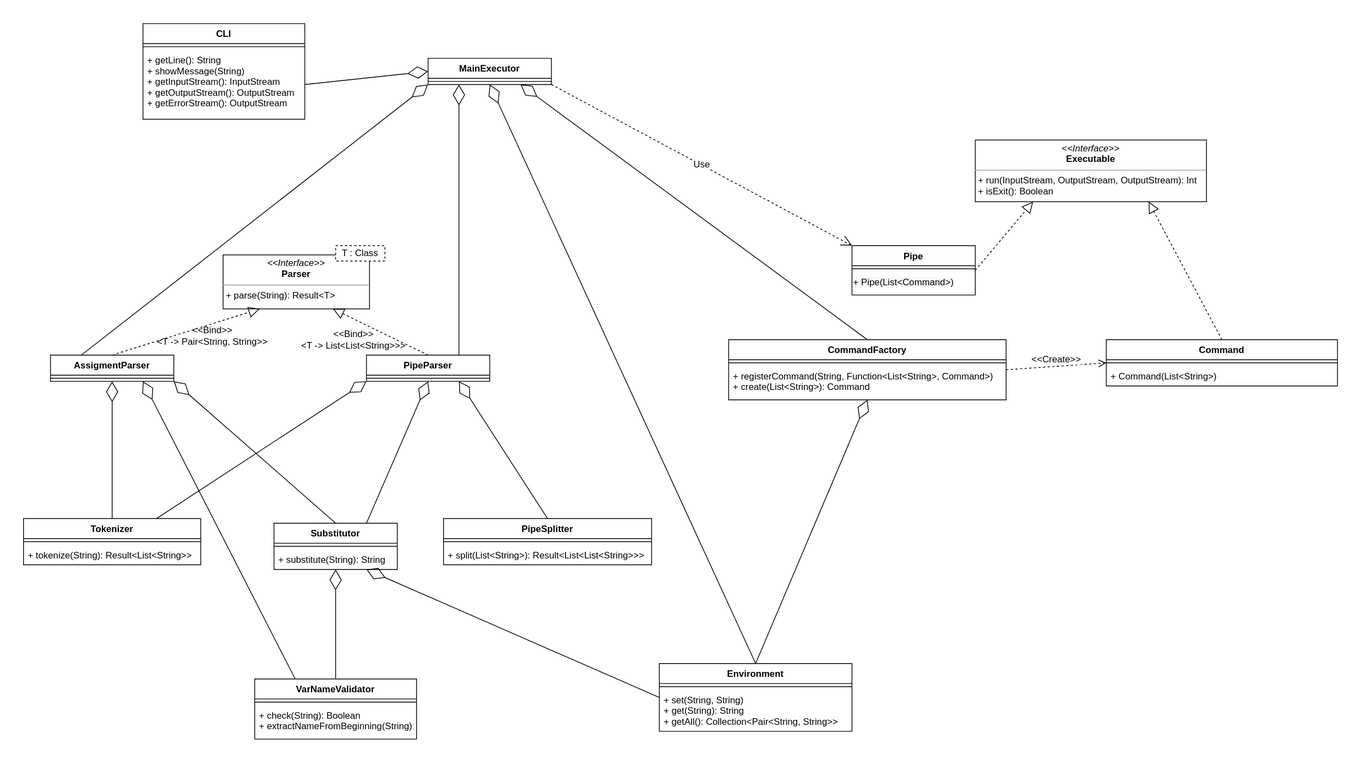
Before: images/class_diagram.svg, a diagram exported from draw.io (KaperD/HSE-SD-Course). Source tidied: cells renumbered, new cells last; positions are measured from the earlier drawing's top-left corner, leaving out a move shared by most shapes.
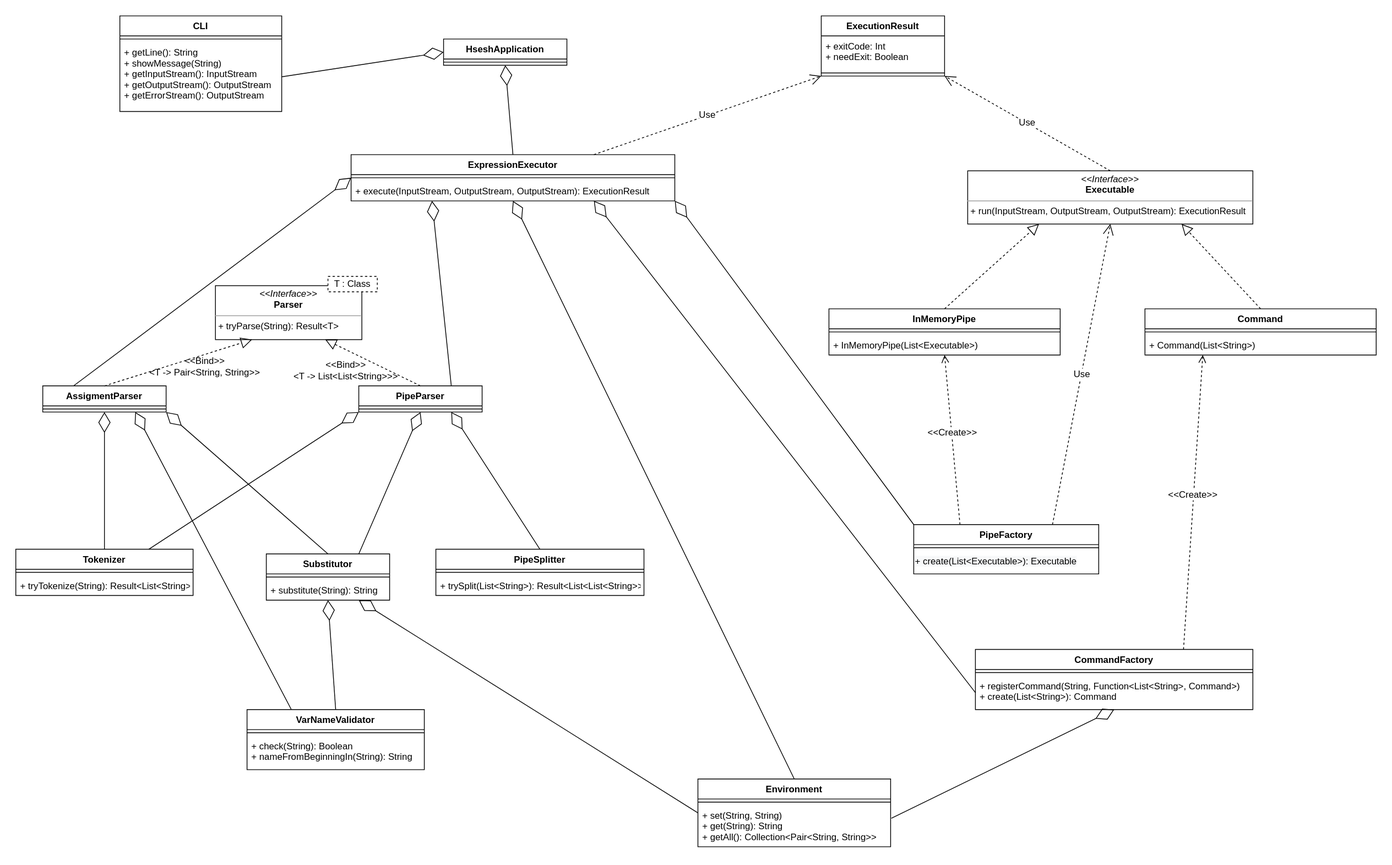
After the change.

Commit message:
Update the class diagram

What changed in the source:
```diff
@@ -5,3 +5,3 @@
     <mxCell id="2" value="CLI" style="swimlane;fontStyle=1;align=center;verticalAlign=top;horizontal=1;startSize=26;" parent="1" vertex="1">
-      <mxGeometry x="155" width="210" height="124" as="geometry" />
+      <mxGeometry x="135" y="-50" width="210" height="124" as="geometry" />
     </mxCell>
@@ -14,3 +14,3 @@
     <mxCell id="5" value="Command" style="swimlane;fontStyle=1;align=center;verticalAlign=top;horizontal=1;startSize=26;" parent="1" vertex="1">
-      <mxGeometry x="1405" y="410" width="300" height="60" as="geometry" />
+      <mxGeometry x="1465" y="330" width="300" height="60" as="geometry" />
     </mxCell>
@@ -23,3 +23,3 @@
     <mxCell id="8" value="CommandFactory" style="swimlane;fontStyle=1;align=center;verticalAlign=top;horizontal=1;startSize=26;" parent="1" vertex="1">
-      <mxGeometry x="915" y="410" width="360" height="78" as="geometry" />
+      <mxGeometry x="1245" y="772" width="360" height="78" as="geometry" />
     </mxCell>
@@ -32,3 +32,3 @@
     <mxCell id="11" value="Environment" style="swimlane;fontStyle=1;align=center;verticalAlign=top;horizontal=1;startSize=26;" parent="1" vertex="1">
-      <mxGeometry x="825" y="830" width="250" height="88" as="geometry" />
+      <mxGeometry x="885" y="940" width="250" height="88" as="geometry" />
     </mxCell>
@@ -40,16 +40,16 @@
     </mxCell>
-    <mxCell id="14" value="Pipe" style="swimlane;fontStyle=1;align=center;verticalAlign=top;horizontal=1;startSize=26;" parent="1" vertex="1">
-      <mxGeometry x="1075" y="288" width="160" height="64" as="geometry" />
+    <mxCell id="14" value="PipeFactory" style="swimlane;fontStyle=1;align=center;verticalAlign=top;horizontal=1;startSize=26;" parent="1" vertex="1">
+      <mxGeometry x="1165" y="610" width="240" height="64" as="geometry" />
     </mxCell>
     <mxCell id="15" style="line;strokeWidth=1;fillColor=none;align=left;verticalAlign=middle;spacingTop=-1;spacingLeft=3;spacingRight=3;labelPosition=right;labelBackgroundColor=none;fontSize=12;" parent="14" vertex="1">
-      <mxGeometry y="26" width="160" height="8" as="geometry" />
+      <mxGeometry y="26" width="240" height="8" as="geometry" />
     </mxCell>
-    <mxCell id="16" value="&lt;span style=&quot;color: rgb(0 , 0 , 0) ; font-family: &amp;#34;helvetica&amp;#34; ; font-size: 12px ; font-style: normal ; font-weight: 400 ; letter-spacing: normal ; text-align: left ; text-indent: 0px ; text-transform: none ; word-spacing: 0px ; background-color: rgb(248 , 249 , 250) ; display: inline ; float: none&quot;&gt;+ Pipe(List&amp;lt;Command&amp;gt;)&lt;/span&gt;" style="text;whiteSpace=wrap;html=1;fontSize=12;" parent="14" vertex="1">
-      <mxGeometry y="34" width="160" height="30" as="geometry" />
+    <mxCell id="16" value="&lt;span style=&quot;color: rgb(0 , 0 , 0) ; font-family: &amp;#34;helvetica&amp;#34; ; font-size: 12px ; font-style: normal ; font-weight: 400 ; letter-spacing: normal ; text-align: left ; text-indent: 0px ; text-transform: none ; word-spacing: 0px ; background-color: rgb(248 , 249 , 250) ; display: inline ; float: none&quot;&gt;+ create(List&amp;lt;Executable&amp;gt;): Executable&lt;/span&gt;" style="text;whiteSpace=wrap;html=1;fontSize=12;" parent="14" vertex="1">
+      <mxGeometry y="34" width="240" height="30" as="geometry" />
     </mxCell>
-    <mxCell id="17" value="&lt;p style=&quot;margin: 0px ; margin-top: 4px ; text-align: center&quot;&gt;&lt;i&gt;&amp;lt;&amp;lt;Interface&amp;gt;&amp;gt;&lt;/i&gt;&lt;br&gt;&lt;b&gt;Parser&lt;/b&gt;&lt;/p&gt;&lt;hr size=&quot;1&quot;&gt;&lt;p style=&quot;margin: 0px ; margin-left: 4px&quot;&gt;+ parse(String): Result&amp;lt;T&amp;gt;&lt;/p&gt;" style="verticalAlign=top;align=left;overflow=fill;fontSize=12;fontFamily=Helvetica;html=1;" parent="1" vertex="1">
+    <mxCell id="17" value="&lt;p style=&quot;margin: 0px ; margin-top: 4px ; text-align: center&quot;&gt;&lt;i&gt;&amp;lt;&amp;lt;Interface&amp;gt;&amp;gt;&lt;/i&gt;&lt;br&gt;&lt;b&gt;Parser&lt;/b&gt;&lt;/p&gt;&lt;hr size=&quot;1&quot;&gt;&lt;p style=&quot;margin: 0px ; margin-left: 4px&quot;&gt;+ tryParse(String): Result&amp;lt;T&amp;gt;&lt;/p&gt;" style="verticalAlign=top;align=left;overflow=fill;fontSize=12;fontFamily=Helvetica;html=1;" parent="1" vertex="1">
       <mxGeometry x="259" y="300" width="190" height="70" as="geometry" />
     </mxCell>
-    <mxCell id="18" value="&lt;p style=&quot;margin: 0px ; margin-top: 4px ; text-align: center&quot;&gt;&lt;i&gt;&amp;lt;&amp;lt;Interface&amp;gt;&amp;gt;&lt;/i&gt;&lt;br&gt;&lt;b&gt;Executable&lt;/b&gt;&lt;/p&gt;&lt;hr size=&quot;1&quot;&gt;&lt;p style=&quot;margin: 0px ; margin-left: 4px&quot;&gt;+ run(InputStream, OutputStream, OutputStream): Int&lt;br style=&quot;padding: 0px ; margin: 0px&quot;&gt;+ isExit(): Boolean&lt;br&gt;&lt;/p&gt;" style="verticalAlign=top;align=left;overflow=fill;fontSize=12;fontFamily=Helvetica;html=1;" parent="1" vertex="1">
-      <mxGeometry x="1235" y="151" width="300" height="80" as="geometry" />
+    <mxCell id="18" value="&lt;p style=&quot;margin: 0px ; margin-top: 4px ; text-align: center&quot;&gt;&lt;i&gt;&amp;lt;&amp;lt;Interface&amp;gt;&amp;gt;&lt;/i&gt;&lt;br&gt;&lt;b&gt;Executable&lt;/b&gt;&lt;/p&gt;&lt;hr size=&quot;1&quot;&gt;&lt;p style=&quot;margin: 0px ; margin-left: 4px&quot;&gt;+ run(InputStream, OutputStream, OutputStream): ExecutionResult&lt;br&gt;&lt;/p&gt;" style="verticalAlign=top;align=left;overflow=fill;fontSize=12;fontFamily=Helvetica;html=1;" parent="1" vertex="1">
+      <mxGeometry x="1235" y="151" width="370" height="69" as="geometry" />
     </mxCell>
@@ -84,7 +84,7 @@
     </mxCell>
-    <mxCell id="28" value="&lt;font style=&quot;font-size: 12px&quot;&gt;&amp;lt;&amp;lt;Create&amp;gt;&amp;gt;&lt;/font&gt;" style="html=1;verticalAlign=bottom;endArrow=open;dashed=1;endSize=8;rounded=0;fontSize=12;exitX=1;exitY=0.5;exitDx=0;exitDy=0;entryX=0;entryY=0.5;entryDx=0;entryDy=0;" parent="1" edge="1" source="8" target="5">
+    <mxCell id="28" value="&lt;font style=&quot;font-size: 12px&quot;&gt;&amp;lt;&amp;lt;Create&amp;gt;&amp;gt;&lt;/font&gt;" style="html=1;verticalAlign=bottom;endArrow=open;dashed=1;endSize=8;rounded=0;fontSize=12;exitX=0.75;exitY=0;exitDx=0;exitDy=0;entryX=0.25;entryY=1;entryDx=0;entryDy=0;" parent="1" edge="1" source="8" target="5">
       <mxGeometry relative="1" as="geometry" />
     </mxCell>
-    <mxCell id="29" value="MainExecutor" style="swimlane;fontStyle=1;align=center;verticalAlign=top;horizontal=1;startSize=26;fontSize=12;" parent="1" vertex="1">
-      <mxGeometry x="525" y="45" width="160" height="34" as="geometry" />
+    <mxCell id="29" value="HseshApplication" style="swimlane;fontStyle=1;align=center;verticalAlign=top;horizontal=1;startSize=26;fontSize=12;" parent="1" vertex="1">
+      <mxGeometry x="555" y="-20" width="160" height="34" as="geometry" />
     </mxCell>
@@ -99,3 +99,3 @@
     </mxCell>
-    <mxCell id="33" value="+ tokenize(String): Result&lt;List&lt;String&gt;&gt;" style="text;strokeColor=none;fillColor=none;align=left;verticalAlign=top;spacingLeft=4;spacingRight=4;overflow=hidden;fontSize=12;" parent="31" vertex="1">
+    <mxCell id="33" value="+ tryTokenize(String): Result&lt;List&lt;String&gt;&gt;" style="text;strokeColor=none;fillColor=none;align=left;verticalAlign=top;spacingLeft=4;spacingRight=4;overflow=hidden;fontSize=12;" parent="31" vertex="1">
       <mxGeometry y="34" width="230" height="26" as="geometry" />
@@ -117,3 +117,3 @@
     </mxCell>
-    <mxCell id="39" value="+ split(List&lt;String&gt;): Result&lt;List&lt;List&lt;String&gt;&gt;&gt;" style="text;strokeColor=none;fillColor=none;align=left;verticalAlign=top;spacingLeft=4;spacingRight=4;overflow=hidden;fontSize=12;" parent="37" vertex="1">
+    <mxCell id="39" value="+ trySplit(List&lt;String&gt;): Result&lt;List&lt;List&lt;String&gt;&gt;&gt;" style="text;strokeColor=none;fillColor=none;align=left;verticalAlign=top;spacingLeft=4;spacingRight=4;overflow=hidden;fontSize=12;" parent="37" vertex="1">
       <mxGeometry y="34" width="270" height="26" as="geometry" />
@@ -121,9 +121,9 @@
     <mxCell id="40" value="VarNameValidator" style="swimlane;fontStyle=1;align=center;verticalAlign=top;horizontal=1;startSize=26;fontSize=12;" parent="1" vertex="1">
-      <mxGeometry x="300" y="850" width="210" height="78" as="geometry" />
+      <mxGeometry x="300" y="850" width="230" height="78" as="geometry" />
     </mxCell>
     <mxCell id="41" style="line;strokeWidth=1;fillColor=none;align=left;verticalAlign=middle;spacingTop=-1;spacingLeft=3;spacingRight=3;labelPosition=right;labelBackgroundColor=none;fontSize=12;" parent="40" vertex="1">
-      <mxGeometry y="26" width="210" height="8" as="geometry" />
+      <mxGeometry y="26" width="230" height="8" as="geometry" />
     </mxCell>
-    <mxCell id="42" value="+ check(String): Boolean&#10;+ extractNameFromBeginning(String): tring" style="text;strokeColor=none;fillColor=none;align=left;verticalAlign=top;spacingLeft=4;spacingRight=4;overflow=hidden;fontSize=12;" parent="40" vertex="1">
-      <mxGeometry y="34" width="210" height="44" as="geometry" />
+    <mxCell id="42" value="+ check(String): Boolean&#10;+ nameFromBeginningIn(String): String" style="text;strokeColor=none;fillColor=none;align=left;verticalAlign=top;spacingLeft=4;spacingRight=4;overflow=hidden;fontSize=12;" parent="40" vertex="1">
+      <mxGeometry y="34" width="230" height="44" as="geometry" />
     </mxCell>
@@ -132,5 +132,2 @@
     </mxCell>
-    <mxCell id="44" style="endArrow=block;dashed=1;endFill=0;endSize=12;html=1;rounded=0;fontSize=12;entryX=0.25;entryY=1;entryDx=0;entryDy=0;exitX=1;exitY=0.5;exitDx=0;exitDy=0;" parent="1" edge="1" source="14" target="18">
-      <mxGeometry relative="1" as="geometry" />
-    </mxCell>
     <mxCell id="45" style="endArrow=diamondThin;endFill=0;endSize=24;html=1;rounded=0;fontSize=12;exitX=1;exitY=0.5;exitDx=0;exitDy=0;entryX=0;entryY=0.5;entryDx=0;entryDy=0;" parent="1" edge="1" source="4" target="29">
@@ -138,6 +135,6 @@
     </mxCell>
-    <mxCell id="46" style="endArrow=diamondThin;endFill=0;endSize=24;html=1;rounded=0;fontSize=12;entryX=0;entryY=1;entryDx=0;entryDy=0;exitX=0.25;exitY=0;exitDx=0;exitDy=0;" parent="1" edge="1" source="19" target="29">
+    <mxCell id="46" style="endArrow=diamondThin;endFill=0;endSize=24;html=1;rounded=0;fontSize=12;entryX=0;entryY=0.5;entryDx=0;entryDy=0;exitX=0.25;exitY=0;exitDx=0;exitDy=0;entryPerimeter=0;" parent="1" edge="1" source="19" target="65">
       <mxGeometry relative="1" as="geometry" />
     </mxCell>
-    <mxCell id="47" style="endArrow=diamondThin;endFill=0;endSize=24;html=1;rounded=0;fontSize=12;exitX=0.75;exitY=0;exitDx=0;exitDy=0;entryX=0.25;entryY=1;entryDx=0;entryDy=0;" parent="1" edge="1" source="21" target="29">
+    <mxCell id="47" style="endArrow=diamondThin;endFill=0;endSize=24;html=1;rounded=0;fontSize=12;exitX=0.75;exitY=0;exitDx=0;exitDy=0;entryX=0.25;entryY=1;entryDx=0;entryDy=0;" parent="1" edge="1" source="21" target="64">
       <mxGeometry relative="1" as="geometry" />
@@ -162,9 +159,6 @@
     </mxCell>
-    <mxCell id="54" style="endArrow=diamondThin;endFill=0;endSize=24;html=1;rounded=0;fontSize=12;exitX=0.5;exitY=0;exitDx=0;exitDy=0;entryX=0.75;entryY=1;entryDx=0;entryDy=0;" parent="1" edge="1" source="8" target="29">
-      <mxGeometry relative="1" as="geometry" />
-    </mxCell>
-    <mxCell id="55" style="endArrow=diamondThin;endFill=0;endSize=24;html=1;rounded=0;fontSize=12;entryX=0.5;entryY=1;entryDx=0;entryDy=0;exitX=0.5;exitY=0;exitDx=0;exitDy=0;" parent="1" edge="1" source="11" target="29">
+    <mxCell id="55" style="endArrow=diamondThin;endFill=0;endSize=24;html=1;rounded=0;fontSize=12;exitX=0.5;exitY=0;exitDx=0;exitDy=0;entryX=0.5;entryY=1;entryDx=0;entryDy=0;" parent="1" edge="1" source="11" target="64">
       <mxGeometry relative="1" as="geometry" />
     </mxCell>
-    <mxCell id="56" style="endArrow=diamondThin;endFill=0;endSize=24;html=1;rounded=0;fontSize=12;exitX=0.5;exitY=0;exitDx=0;exitDy=0;entryX=0.5;entryY=1;entryDx=0;entryDy=0;" parent="1" edge="1" source="11" target="8">
+    <mxCell id="56" style="endArrow=diamondThin;endFill=0;endSize=24;html=1;rounded=0;fontSize=12;exitX=1.004;exitY=0.315;exitDx=0;exitDy=0;entryX=0.5;entryY=1;entryDx=0;entryDy=0;exitPerimeter=0;" parent="1" edge="1" source="13" target="8">
       <mxGeometry relative="1" as="geometry" />
@@ -177,5 +171,53 @@
     </mxCell>
-    <mxCell id="59" value="Use" style="endArrow=open;endSize=12;dashed=1;html=1;rounded=0;fontSize=12;exitX=1;exitY=1;exitDx=0;exitDy=0;entryX=0;entryY=0;entryDx=0;entryDy=0;" parent="1" edge="1" source="29" target="14">
-      <mxGeometry relative="1" as="geometry" />
-    </mxCell>
+    <mxCell id="60" value="ExecutionResult" style="swimlane;fontStyle=1;align=center;verticalAlign=top;horizontal=1;startSize=26;" parent="1" vertex="1">
+      <mxGeometry x="1045" y="-50" width="160" height="78" as="geometry" />
+    </mxCell>
+    <mxCell id="61" value="+ exitCode: Int&#10;+ needExit: Boolean" style="text;strokeColor=none;fillColor=none;align=left;verticalAlign=top;spacingLeft=4;spacingRight=4;overflow=hidden;" parent="60" vertex="1">
+      <mxGeometry y="26" width="160" height="44" as="geometry" />
+    </mxCell>
+    <mxCell id="62" style="line;strokeWidth=1;fillColor=none;align=left;verticalAlign=middle;spacingTop=-1;spacingLeft=3;spacingRight=3;labelPosition=right;" parent="60" vertex="1">
+      <mxGeometry y="70" width="160" height="8" as="geometry" />
+    </mxCell>
+    <mxCell id="63" value="Use" style="endArrow=open;endSize=12;dashed=1;html=1;rounded=0;fontSize=12;exitX=0.5;exitY=0;exitDx=0;exitDy=0;entryX=1;entryY=1;entryDx=0;entryDy=0;" parent="1" edge="1" source="18" target="60">
+      <mxGeometry relative="1" as="geometry" />
+    </mxCell>
+    <mxCell id="64" value="ExpressionExecutor" style="swimlane;fontStyle=1;align=center;verticalAlign=top;horizontal=1;startSize=26;" parent="1" vertex="1">
+      <mxGeometry x="435" y="130" width="420" height="60" as="geometry" />
+    </mxCell>
+    <mxCell id="65" style="line;strokeWidth=1;fillColor=none;align=left;verticalAlign=middle;spacingTop=-1;spacingLeft=3;spacingRight=3;labelPosition=right;points=[];portConstraint=eastwest;" parent="64" vertex="1">
+      <mxGeometry y="26" width="420" height="8" as="geometry" />
+    </mxCell>
+    <mxCell id="66" value="+ execute(InputStream, OutputStream, OutputStream): ExecutionResult" style="text;strokeColor=none;fillColor=none;align=left;verticalAlign=top;spacingLeft=4;spacingRight=4;overflow=hidden;" parent="64" vertex="1">
+      <mxGeometry y="34" width="420" height="26" as="geometry" />
+    </mxCell>
+    <mxCell id="67" value="Use" style="endArrow=open;endSize=12;dashed=1;html=1;rounded=0;fontSize=12;exitX=0.75;exitY=0;exitDx=0;exitDy=0;entryX=0;entryY=1;entryDx=0;entryDy=0;" parent="1" edge="1" source="64" target="60">
+      <mxGeometry relative="1" as="geometry" />
+    </mxCell>
+    <mxCell id="68" style="endArrow=diamondThin;endFill=0;endSize=24;html=1;rounded=0;fontSize=12;exitX=0.5;exitY=0;exitDx=0;exitDy=0;entryX=0.5;entryY=1;entryDx=0;entryDy=0;" parent="1" edge="1" source="64" target="29">
+      <mxGeometry relative="1" as="geometry" />
+    </mxCell>
+    <mxCell id="44" value="Use" style="endArrow=open;endSize=12;dashed=1;html=1;rounded=0;fontSize=12;exitX=0.75;exitY=0;exitDx=0;exitDy=0;entryX=0.5;entryY=1;entryDx=0;entryDy=0;" parent="1" edge="1" source="14" target="18">
+      <mxGeometry relative="1" as="geometry" />
+    </mxCell>
+    <mxCell id="69" style="endArrow=diamondThin;endFill=0;endSize=24;html=1;rounded=0;fontSize=12;exitX=0;exitY=0.5;exitDx=0;exitDy=0;entryX=0.75;entryY=1;entryDx=0;entryDy=0;" parent="1" edge="1" source="10" target="64">
+      <mxGeometry relative="1" as="geometry" />
+    </mxCell>
+    <mxCell id="70" value="InMemoryPipe" style="swimlane;fontStyle=1;align=center;verticalAlign=top;horizontal=1;startSize=26;" parent="1" vertex="1">
+      <mxGeometry x="1055" y="330" width="300" height="60" as="geometry" />
+    </mxCell>
+    <mxCell id="71" style="line;strokeWidth=1;fillColor=none;align=left;verticalAlign=middle;spacingTop=-1;spacingLeft=3;spacingRight=3;labelPosition=right;labelBackgroundColor=none;fontSize=12;" parent="70" vertex="1">
+      <mxGeometry y="26" width="300" height="8" as="geometry" />
+    </mxCell>
+    <mxCell id="72" value="+ InMemoryPipe(List&lt;Executable&gt;)" style="text;strokeColor=none;fillColor=none;align=left;verticalAlign=top;spacingLeft=4;spacingRight=4;overflow=hidden;labelBackgroundColor=none;fontSize=12;" parent="70" vertex="1">
+      <mxGeometry y="34" width="300" height="26" as="geometry" />
+    </mxCell>
+    <mxCell id="73" style="endArrow=block;dashed=1;endFill=0;endSize=12;html=1;rounded=0;fontSize=12;entryX=0.25;entryY=1;entryDx=0;entryDy=0;exitX=0.5;exitY=0;exitDx=0;exitDy=0;" parent="1" edge="1" source="70" target="18">
+      <mxGeometry relative="1" as="geometry" />
+    </mxCell>
+    <mxCell id="74" value="&lt;font style=&quot;font-size: 12px&quot;&gt;&amp;lt;&amp;lt;Create&amp;gt;&amp;gt;&lt;/font&gt;" style="html=1;verticalAlign=bottom;endArrow=open;dashed=1;endSize=8;rounded=0;fontSize=12;exitX=0.25;exitY=0;exitDx=0;exitDy=0;entryX=0.5;entryY=1;entryDx=0;entryDy=0;" parent="1" edge="1" source="14" target="70">
+      <mxGeometry relative="1" as="geometry" />
+    </mxCell>
+    <mxCell id="75" style="endArrow=diamondThin;endFill=0;endSize=24;html=1;rounded=0;fontSize=12;exitX=0;exitY=0;exitDx=0;exitDy=0;entryX=1;entryY=1;entryDx=0;entryDy=0;" parent="1" edge="1" source="14" target="64">
+      <mxGeometry relative="1" as="geometry" />
+    </mxCell>
   </root>
```
